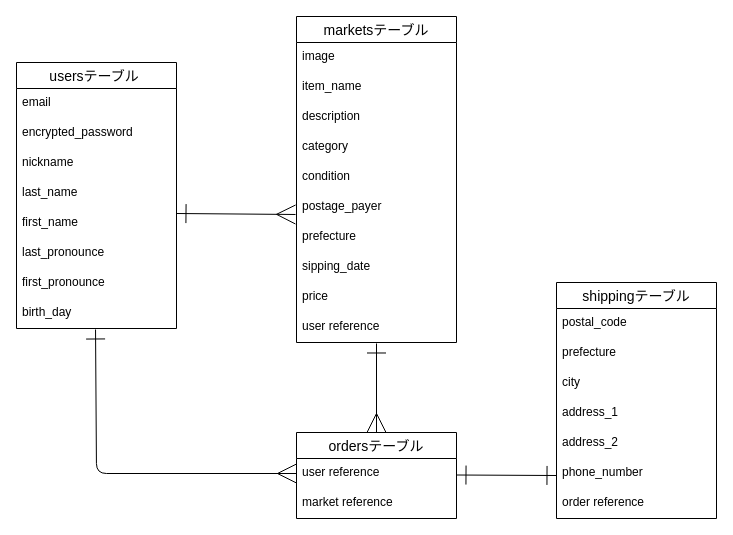
Above: database.dio in Gakkk23/furima-37530 (draw.io), before the change. Source tidied: cells renumbered, new cells numbered last; positions are measured from the earlier drawing's top-left corner, leaving out a move shared by most shapes. Both pictures are drawn from the tidied source at 100%, with x=0, y=0 at pixel (16, 16).
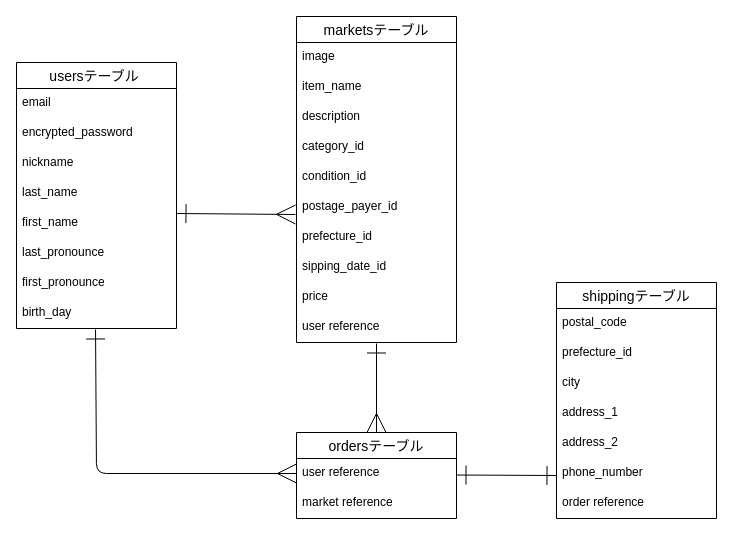
The same diagram, later.

Commit message (it also covers changes not shown here):
「データベース設計」修正依頼箇所の再々修正

Unchanged cells that the change refers to:
```xml
<mxCell id="2" value="marketsテーブル" style="swimlane;fontStyle=0;horizontal=1;startSize=26;align=center;fontSize=14;" parent="1" vertex="1">
  <mxGeometry x="280" width="160" height="326" as="geometry" />
</mxCell>
<mxCell id="14" value="shippingテーブル" style="swimlane;fontStyle=0;horizontal=1;startSize=26;align=center;fontSize=14;" parent="1" vertex="1">
  <mxGeometry x="540" y="266" width="160" height="236" as="geometry" />
</mxCell>
```

What changed in the source:
```diff
@@
-    <mxCell id="6" value="category" style="text;strokeColor=none;fillColor=none;spacingLeft=4;spacingRight=4;overflow=hidden;fontSize=12;" parent="2" vertex="1">
+    <mxCell id="6" value="category_id" style="text;strokeColor=none;fillColor=none;spacingLeft=4;spacingRight=4;overflow=hidden;fontSize=12;" parent="2" vertex="1">
       <mxGeometry y="116" width="160" height="30" as="geometry" />
     </mxCell>
-    <mxCell id="7" value="condition" style="text;strokeColor=none;fillColor=none;spacingLeft=4;spacingRight=4;overflow=hidden;fontSize=12;" parent="2" vertex="1">
+    <mxCell id="7" value="condition_id" style="text;strokeColor=none;fillColor=none;spacingLeft=4;spacingRight=4;overflow=hidden;fontSize=12;" parent="2" vertex="1">
       <mxGeometry y="146" width="160" height="30" as="geometry" />
     </mxCell>
-    <mxCell id="8" value="postage_payer" style="text;strokeColor=none;fillColor=none;spacingLeft=4;spacingRight=4;overflow=hidden;points=[[0,0.5],[1,0.5]];portConstraint=eastwest;fontSize=12;" parent="2" vertex="1">
+    <mxCell id="8" value="postage_payer_id" style="text;strokeColor=none;fillColor=none;spacingLeft=4;spacingRight=4;overflow=hidden;points=[[0,0.5],[1,0.5]];portConstraint=eastwest;fontSize=12;" parent="2" vertex="1">
       <mxGeometry y="176" width="160" height="30" as="geometry" />
     </mxCell>
-    <mxCell id="9" value="prefecture" style="text;strokeColor=none;fillColor=none;spacingLeft=4;spacingRight=4;overflow=hidden;fontSize=12;" parent="2" vertex="1">
+    <mxCell id="9" value="prefecture_id" style="text;strokeColor=none;fillColor=none;spacingLeft=4;spacingRight=4;overflow=hidden;fontSize=12;" parent="2" vertex="1">
       <mxGeometry y="206" width="160" height="30" as="geometry" />
     </mxCell>
-    <mxCell id="10" value="sipping_date" style="text;strokeColor=none;fillColor=none;spacingLeft=4;spacingRight=4;overflow=hidden;fontSize=12;" parent="2" vertex="1">
+    <mxCell id="10" value="sipping_date_id" style="text;strokeColor=none;fillColor=none;spacingLeft=4;spacingRight=4;overflow=hidden;fontSize=12;" parent="2" vertex="1">
       <mxGeometry y="236" width="160" height="30" as="geometry" />
     </mxCell>
@@
-    <mxCell id="16" value="prefecture" style="text;strokeColor=none;fillColor=none;spacingLeft=4;spacingRight=4;overflow=hidden;fontSize=12;" parent="14" vertex="1">
+    <mxCell id="16" value="prefecture_id" style="text;strokeColor=none;fillColor=none;spacingLeft=4;spacingRight=4;overflow=hidden;fontSize=12;" parent="14" vertex="1">
       <mxGeometry y="56" width="160" height="30" as="geometry" />
     </mxCell>
```
